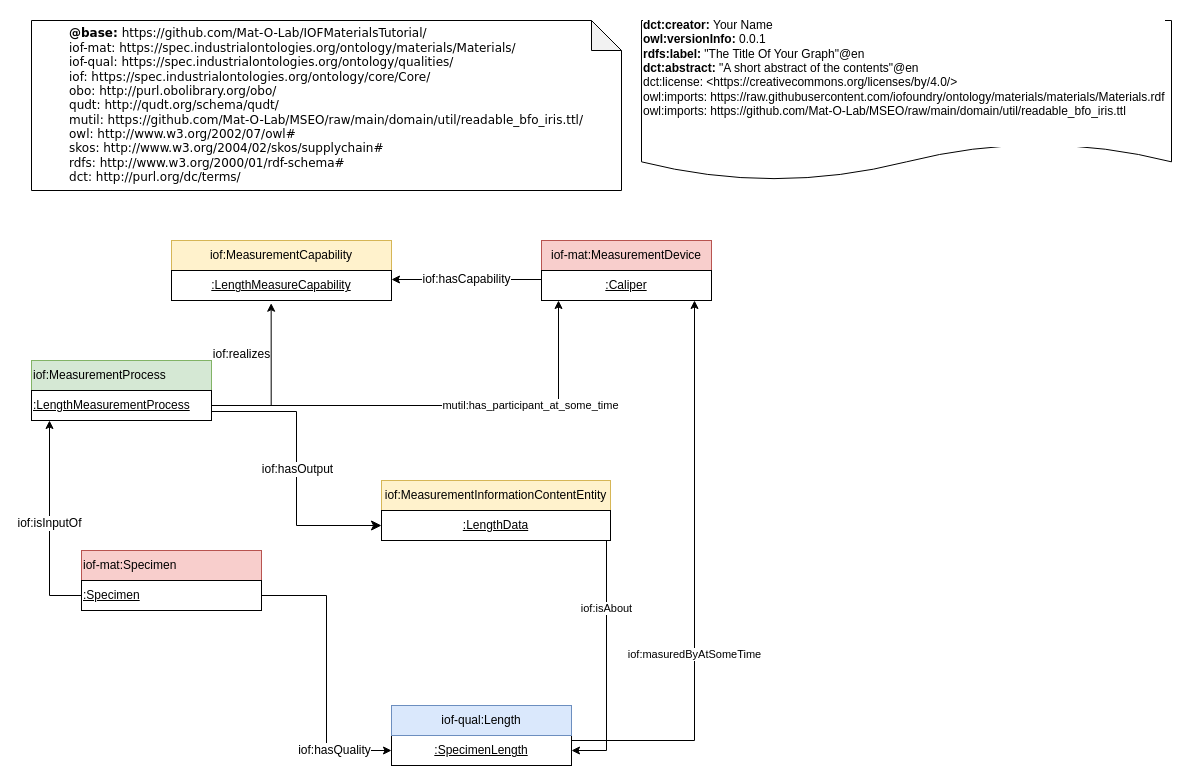
Above: LenghtMeasurement.drawio.xml in Mat-O-Lab/IOFMaterialsTutorial (draw.io), before the change. Source tidied: cells renumbered, new cells numbered last; positions are measured from the earlier drawing's top-left corner, leaving out a move shared by most shapes. Both pictures are drawn from the tidied source at 100%, with x=0, y=0 at pixel (31, 20).
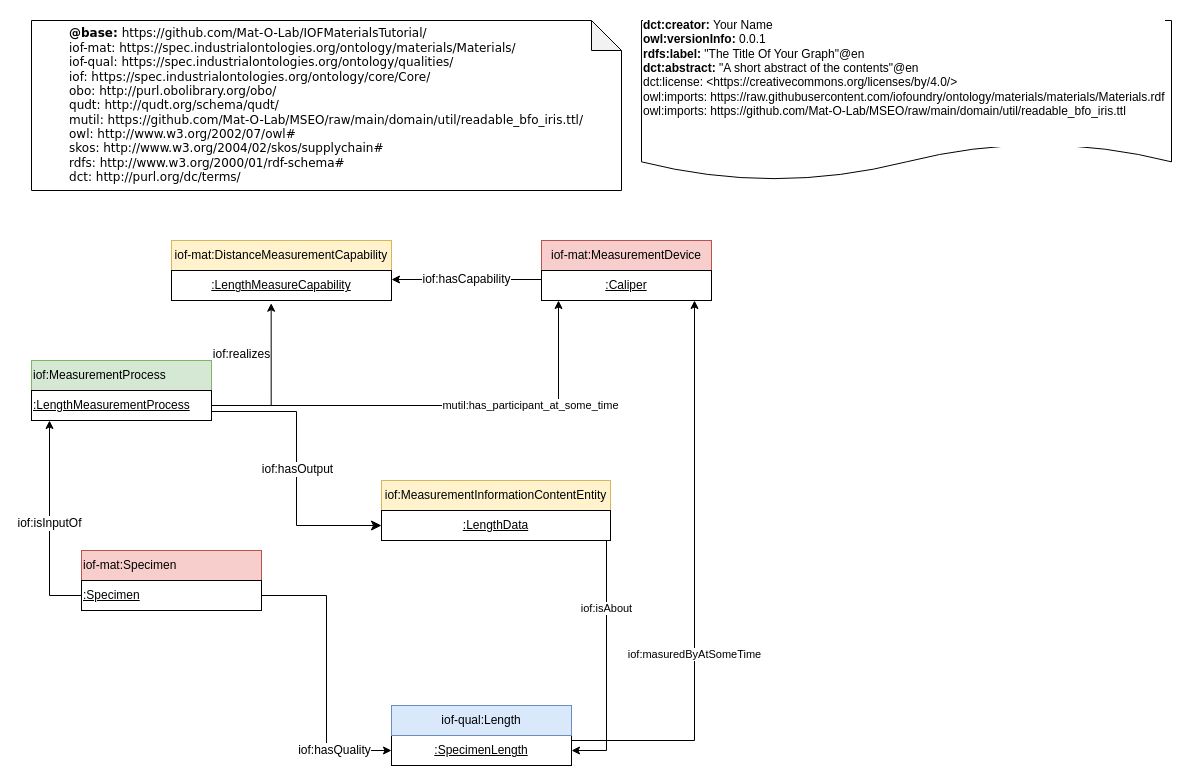
The same diagram, later.

The edit, as a diff of the source:
```diff
@@
-    <mxCell id="21" value="iof:MeasurementCapability" style="rounded=0;whiteSpace=wrap;html=1;fillColor=#fff2cc;strokeColor=#d6b656;" parent="1" vertex="1">
+    <mxCell id="21" value="iof-mat:DistanceMeasurementCapability" style="rounded=0;whiteSpace=wrap;html=1;fillColor=#fff2cc;strokeColor=#d6b656;" parent="1" vertex="1">
       <mxGeometry x="140" y="220" width="220" height="30" as="geometry" />
     </mxCell>
```
